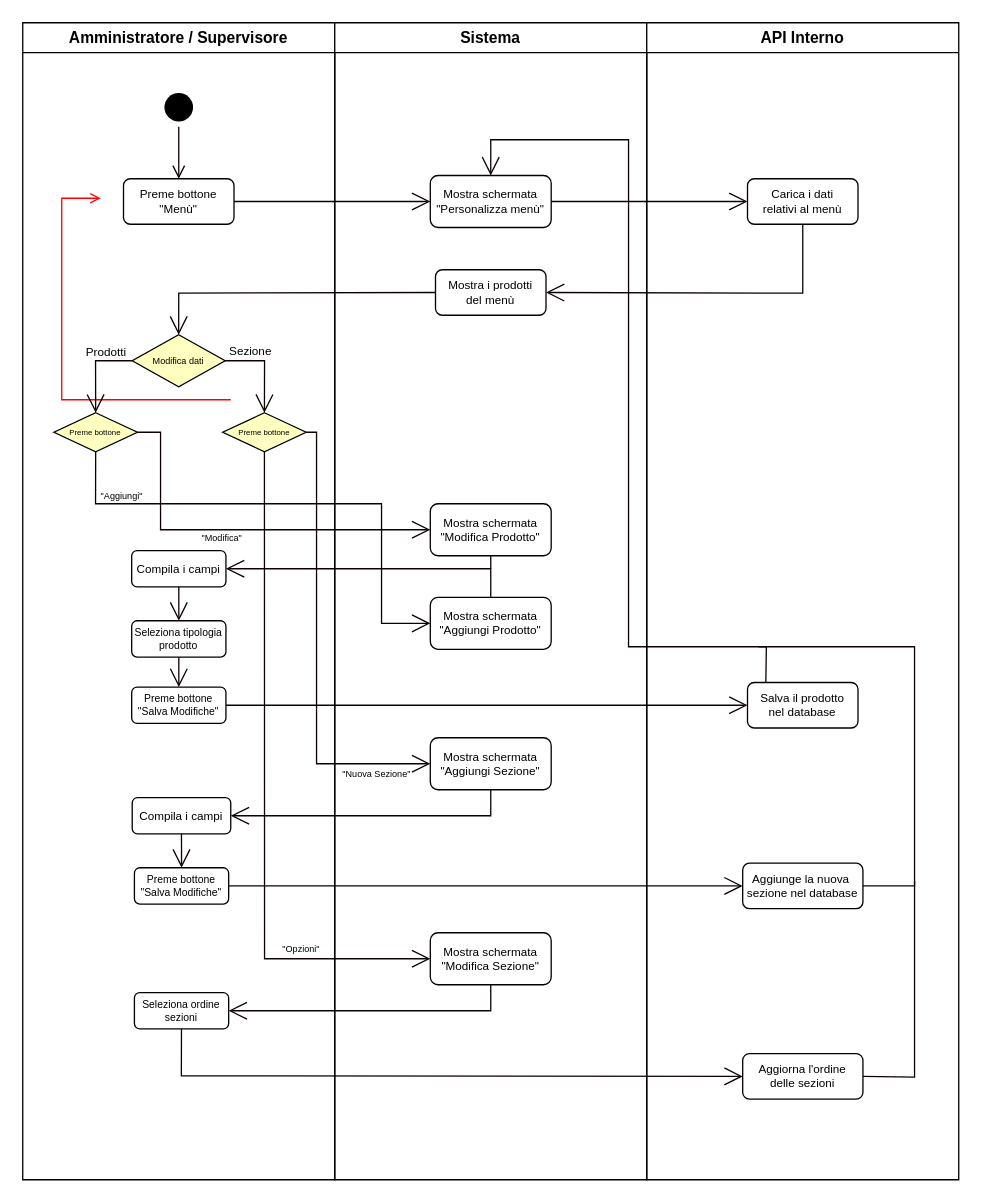
The draw.io diagram Documentazione/Activity Diagram/drawio/Activity Diagram - Personalizza menù.drawio in vittorioruggiero/Progetto-IngSw, before the edit. Source tidied: cells renumbered, new cells numbered last; positions are measured from the earlier drawing's top-left corner, leaving out a move shared by most shapes. Both pictures are drawn from the tidied source at 130%, with x=0, y=0 at pixel (22, 22).
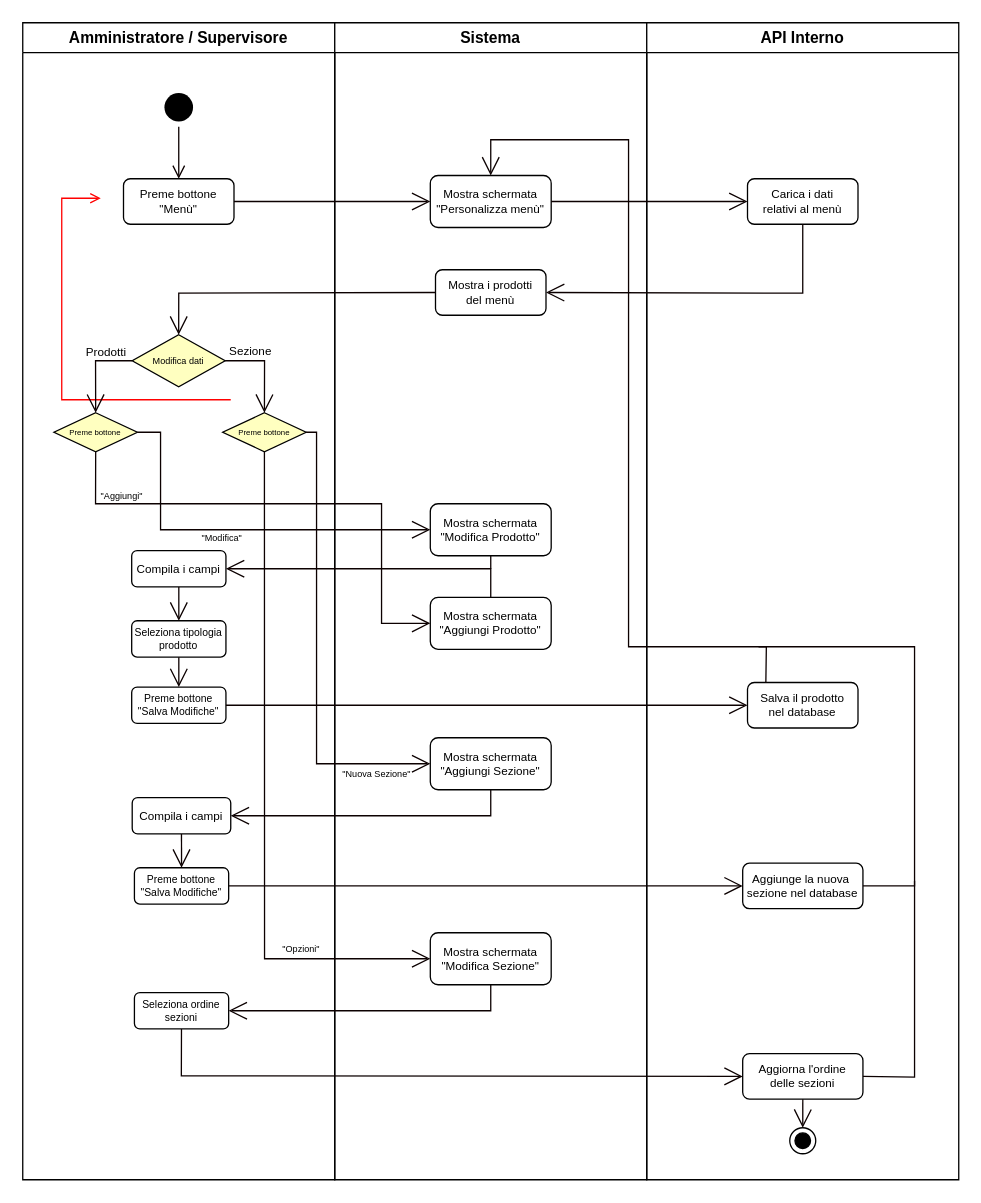
Above is the later version.

The change refers to these unchanged cells:
```xml
<mxCell id="31" value="API Interno" style="swimlane;whiteSpace=wrap;" parent="1" vertex="1">
  <mxGeometry x="480" width="240" height="890" as="geometry" />
</mxCell>
<mxCell id="36" value="Aggiorna l'ordine&#10;delle sezioni" style="strokeColor=#000000;fontSize=9;rounded=1;" parent="31" vertex="1">
  <mxGeometry x="73.8" y="793" width="92.5" height="35" as="geometry" />
</mxCell>
```

Diff of the diagram source:
```diff
@@
+    <mxCell id="57" style="ellipse;html=1;shape=endState;fillColor=#000000;strokeColor=default;rounded=1;labelBackgroundColor=none;fontSize=7;" parent="31" vertex="1">
+      <mxGeometry x="110" y="850" width="20" height="20" as="geometry" />
+    </mxCell>
+    <mxCell id="58" style="endArrow=open;endFill=1;endSize=12;html=1;rounded=0;strokeColor=#0c0000;fontSize=7;exitX=0.5;exitY=1;exitDx=0;exitDy=0;entryX=0.5;entryY=0;entryDx=0;entryDy=0;" parent="31" edge="1" source="36" target="57">
+      <mxGeometry relative="1" as="geometry" />
+    </mxCell>
```
